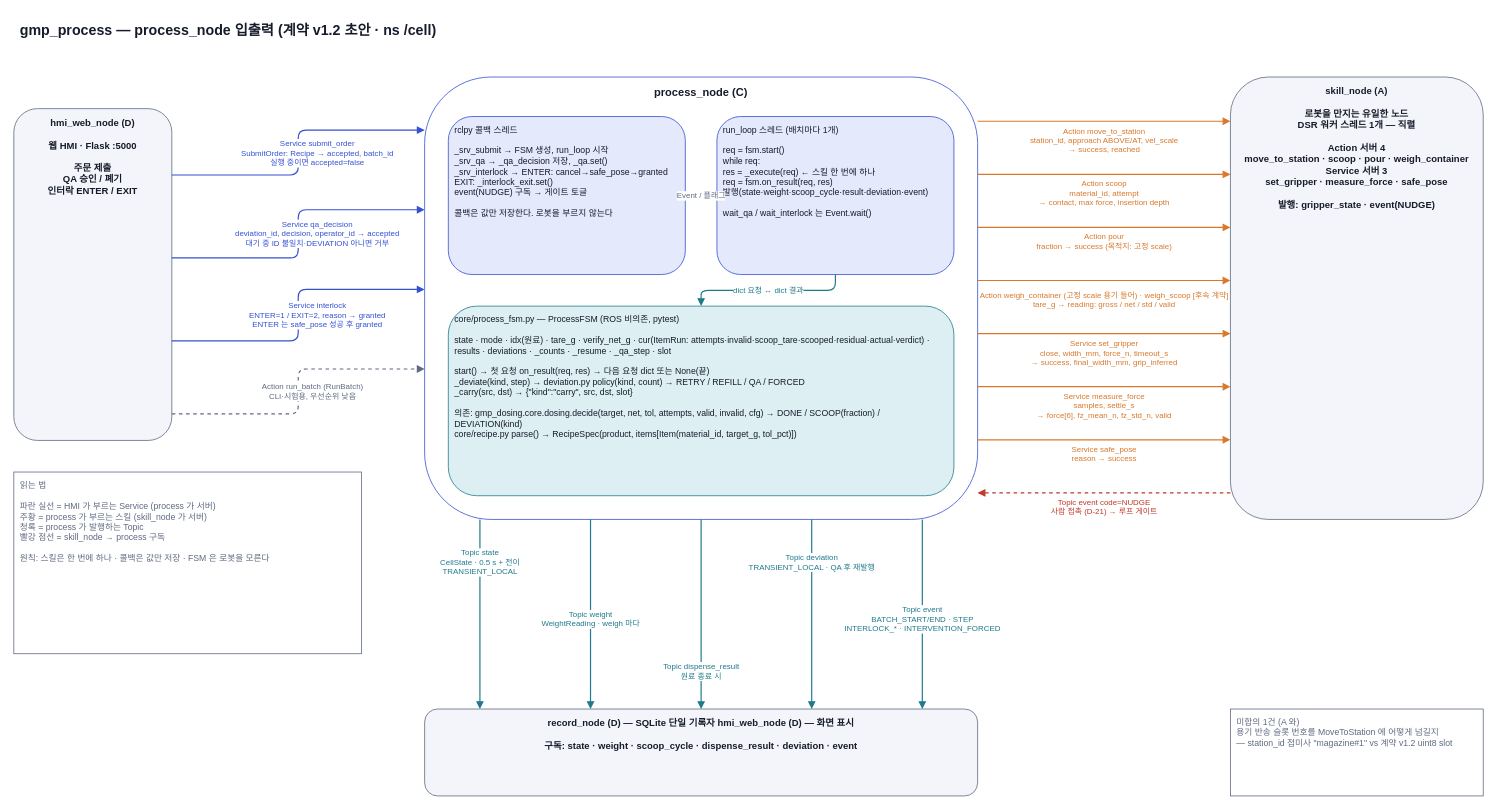
Before: page "1 노드 입출력" (1 of 4) of docs/diagrams/process_flow.drawio in Jik-Kim/auto-pharmacist, a draw.io diagram. Source tidied: cells renumbered, new cells numbered last; positions are measured from the earlier drawing's top-left corner, leaving out a move shared by most shapes. Both pictures are drawn from the tidied source at 79%, with x=0, y=0 at pixel (13, 13).
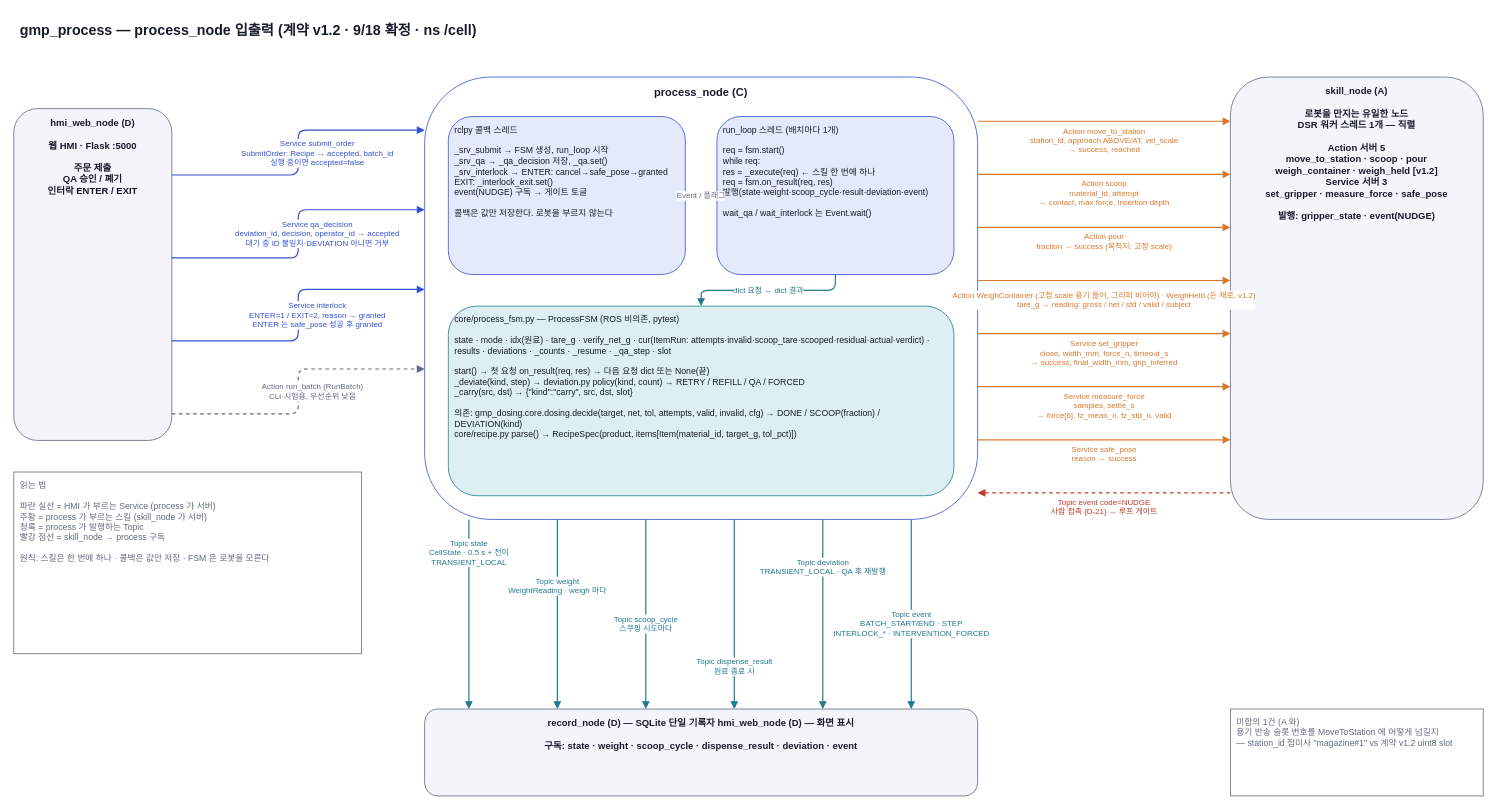
The same diagram, later.

Commit message (it also covers changes not shown here):
docs: 플로우차트에 계약 v1.2 반영 (WeighHeld · VERIFY 이중 판정 · scoop_N)

The change refers to these unchanged cells:
```xml
<mxCell id="4" value="process_node (C)" style="rounded=1;whiteSpace=wrap;html=1;fillColor=#FFFFFF;strokeColor=#3451D1;fontColor=#161B2A;fontSize=14;align=center;verticalAlign=top;spacingTop=4;spacingLeft=6;spacingRight=6;fontStyle=1;" parent="1" vertex="1">
  <mxGeometry x="520" y="80" width="700" height="560" as="geometry" />
</mxCell>
<mxCell id="11" value="record_node (D) — SQLite 단일 기록자        hmi_web_node (D) — 화면 표시&lt;br&gt;&lt;br&gt;구독: state · weight · scoop_cycle · dispense_result · deviation · event" style="rounded=1;whiteSpace=wrap;html=1;fillColor=#F3F5FA;strokeColor=#5F6980;fontColor=#161B2A;fontSize=12;align=center;verticalAlign=top;spacingTop=4;spacingLeft=6;spacingRight=6;fontStyle=1;" parent="1" vertex="1">
  <mxGeometry x="520" y="880" width="700" height="110" as="geometry" />
</mxCell>
```

Change to the diagram source:
```diff
@@
-    <mxCell id="2" value="gmp_process — process_node 입출력 (계약 v1.2 초안 · ns /cell)" style="rounded=1;whiteSpace=wrap;html=1;fillColor=#FFFFFF;strokeColor=none;fontColor=#161B2A;fontSize=18;align=left;verticalAlign=top;spacingTop=4;spacingLeft=6;spacingRight=6;fontStyle=1;" parent="1" vertex="1">
+    <mxCell id="2" value="gmp_process — process_node 입출력 (계약 v1.2 · 9/18 확정 · ns /cell)" style="rounded=1;whiteSpace=wrap;html=1;fillColor=#FFFFFF;strokeColor=none;fontColor=#161B2A;fontSize=18;align=left;verticalAlign=top;spacingTop=4;spacingLeft=6;spacingRight=6;fontStyle=1;" parent="1" vertex="1">
       <mxGeometry width="1860" height="40" as="geometry" />
     </mxCell>
@@
-    <mxCell id="10" value="skill_node (A)&lt;br&gt;&lt;br&gt;로봇을 만지는 유일한 노드&lt;br&gt;DSR 워커 스레드 1개 — 직렬&lt;br&gt;&lt;br&gt;Action 서버 4&lt;br&gt;  move_to_station · scoop · pour · weigh_container&lt;br&gt;Service 서버 3&lt;br&gt;  set_gripper · measure_force · safe_pose&lt;br&gt;&lt;br&gt;발행: gripper_state · event(NUDGE)" style="rounded=1;whiteSpace=wrap;html=1;fillColor=#F3F5FA;strokeColor=#5F6980;fontColor=#161B2A;fontSize=12;align=center;verticalAlign=top;spacingTop=4;spacingLeft=6;spacingRight=6;fontStyle=1;" parent="1" vertex="1">
+    <mxCell id="10" value="skill_node (A)&lt;br&gt;&lt;br&gt;로봇을 만지는 유일한 노드&lt;br&gt;DSR 워커 스레드 1개 — 직렬&lt;br&gt;&lt;br&gt;Action 서버 5&lt;br&gt;  move_to_station · scoop · pour&lt;br&gt;  weigh_container · weigh_held [v1.2]&lt;br&gt;Service 서버 3&lt;br&gt;  set_gripper · measure_force · safe_pose&lt;br&gt;&lt;br&gt;발행: gripper_state · event(NUDGE)" style="rounded=1;whiteSpace=wrap;html=1;fillColor=#F3F5FA;strokeColor=#5F6980;fontColor=#161B2A;fontSize=12;align=center;verticalAlign=top;spacingTop=4;spacingLeft=6;spacingRight=6;fontStyle=1;" parent="1" vertex="1">
       <mxGeometry x="1540" y="80" width="320" height="560" as="geometry" />
     </mxCell>
@@
-    <mxCell id="19" value="Action weigh_container (고정 scale 용기 들어) · weigh_scoop [후속 계약]&lt;br&gt;tare_g → reading: gross / net / std / valid" style="edgeStyle=orthogonalEdgeStyle;rounded=1;html=1;endArrow=block;endFill=1;strokeColor=#D9782A;strokeWidth=1.5;fontColor=#D9782A;fontSize=10;labelBackgroundColor=#FFFFFF;exitX=1;exitY=0.46;exitDx=0;exitDy=0;entryX=0;entryY=0.46;entryDx=0;entryDy=0;" parent="1" edge="1" source="4" target="10">
+    <mxCell id="19" value="Action WeighContainer (고정 scale 용기 들어, 그리퍼 비어야) · WeighHeld (든 채로, v1.2)&lt;br&gt;tare_g → reading: gross / net / std / valid / subject" style="edgeStyle=orthogonalEdgeStyle;rounded=1;html=1;endArrow=block;endFill=1;strokeColor=#D9782A;strokeWidth=1.5;fontColor=#D9782A;fontSize=10;labelBackgroundColor=#FFFFFF;exitX=1;exitY=0.46;exitDx=0;exitDy=0;entryX=0;entryY=0.46;entryDx=0;entryDy=0;" parent="1" edge="1" source="4" target="10">
       <mxGeometry y="-24" relative="1" as="geometry" />
     </mxCell>
@@
-    <mxCell id="24" value="Topic state&lt;br&gt;CellState · 0.5 s + 전이&lt;br&gt;TRANSIENT_LOCAL" style="edgeStyle=orthogonalEdgeStyle;rounded=1;html=1;endArrow=block;endFill=1;strokeColor=#1F7A8C;strokeWidth=1.5;fontColor=#1F7A8C;fontSize=10;labelBackgroundColor=#FFFFFF;exitX=0.1;exitY=1;exitDx=0;exitDy=0;entryX=0.1;entryY=0;entryDx=0;entryDy=0;" parent="1" edge="1" source="4" target="11">
-      <mxGeometry x="-0.55" relative="1" as="geometry" />
+    <mxCell id="24" value="Topic state&lt;br&gt;CellState · 0.5 s + 전이&lt;br&gt;TRANSIENT_LOCAL" style="edgeStyle=orthogonalEdgeStyle;rounded=1;html=1;endArrow=block;endFill=1;strokeColor=#1F7A8C;strokeWidth=1.5;fontColor=#1F7A8C;fontSize=10;labelBackgroundColor=#FFFFFF;exitX=0.08;exitY=1;exitDx=0;exitDy=0;entryX=0.08;entryY=0;entryDx=0;entryDy=0;" parent="1" edge="1" source="4" target="11">
+      <mxGeometry x="-0.65" relative="1" as="geometry" />
     </mxCell>
-    <mxCell id="25" value="Topic weight&lt;br&gt;WeightReading · weigh 마다" style="edgeStyle=orthogonalEdgeStyle;rounded=1;html=1;endArrow=block;endFill=1;strokeColor=#1F7A8C;strokeWidth=1.5;fontColor=#1F7A8C;fontSize=10;labelBackgroundColor=#FFFFFF;exitX=0.3;exitY=1;exitDx=0;exitDy=0;entryX=0.3;entryY=0;entryDx=0;entryDy=0;" parent="1" edge="1" source="4" target="11">
-      <mxGeometry x="0.05" relative="1" as="geometry" />
+    <mxCell id="25" value="Topic weight&lt;br&gt;WeightReading · weigh 마다" style="edgeStyle=orthogonalEdgeStyle;rounded=1;html=1;endArrow=block;endFill=1;strokeColor=#1F7A8C;strokeWidth=1.5;fontColor=#1F7A8C;fontSize=10;labelBackgroundColor=#FFFFFF;exitX=0.24;exitY=1;exitDx=0;exitDy=0;entryX=0.24;entryY=0;entryDx=0;entryDy=0;" parent="1" edge="1" source="4" target="11">
+      <mxGeometry x="-0.3" relative="1" as="geometry" />
     </mxCell>
-    <mxCell id="26" value="Topic dispense_result&lt;br&gt;원료 종료 시" style="edgeStyle=orthogonalEdgeStyle;rounded=1;html=1;endArrow=block;endFill=1;strokeColor=#1F7A8C;strokeWidth=1.5;fontColor=#1F7A8C;fontSize=10;labelBackgroundColor=#FFFFFF;exitX=0.5;exitY=1;exitDx=0;exitDy=0;entryX=0.5;entryY=0;entryDx=0;entryDy=0;" parent="1" edge="1" source="4" target="11">
-      <mxGeometry x="0.6" relative="1" as="geometry" />
+    <mxCell id="26" value="Topic scoop_cycle&lt;br&gt;스쿠핑 시도마다" style="edgeStyle=orthogonalEdgeStyle;rounded=1;html=1;endArrow=block;endFill=1;strokeColor=#1F7A8C;strokeWidth=1.5;fontColor=#1F7A8C;fontSize=10;labelBackgroundColor=#FFFFFF;exitX=0.4;exitY=1;exitDx=0;exitDy=0;entryX=0.4;entryY=0;entryDx=0;entryDy=0;" parent="1" edge="1" source="4" target="11">
+      <mxGeometry x="0.1" relative="1" as="geometry" />
     </mxCell>
-    <mxCell id="27" value="Topic deviation&lt;br&gt;TRANSIENT_LOCAL · QA 후 재발행" style="edgeStyle=orthogonalEdgeStyle;rounded=1;html=1;endArrow=block;endFill=1;strokeColor=#1F7A8C;strokeWidth=1.5;fontColor=#1F7A8C;fontSize=10;labelBackgroundColor=#FFFFFF;exitX=0.7;exitY=1;exitDx=0;exitDy=0;entryX=0.7;entryY=0;entryDx=0;entryDy=0;" parent="1" edge="1" source="4" target="11">
-      <mxGeometry x="-0.55" relative="1" as="geometry" />
+    <mxCell id="27" value="Topic dispense_result&lt;br&gt;원료 종료 시" style="edgeStyle=orthogonalEdgeStyle;rounded=1;html=1;endArrow=block;endFill=1;strokeColor=#1F7A8C;strokeWidth=1.5;fontColor=#1F7A8C;fontSize=10;labelBackgroundColor=#FFFFFF;exitX=0.56;exitY=1;exitDx=0;exitDy=0;entryX=0.56;entryY=0;entryDx=0;entryDy=0;" parent="1" edge="1" source="4" target="11">
+      <mxGeometry x="0.55" relative="1" as="geometry" />
     </mxCell>
-    <mxCell id="28" value="Topic event&lt;br&gt;BATCH_START/END · STEP&lt;br&gt;INTERLOCK_* · INTERVENTION_FORCED" style="edgeStyle=orthogonalEdgeStyle;rounded=1;html=1;endArrow=block;endFill=1;strokeColor=#1F7A8C;strokeWidth=1.5;fontColor=#1F7A8C;fontSize=10;labelBackgroundColor=#FFFFFF;exitX=0.9;exitY=1;exitDx=0;exitDy=0;entryX=0.9;entryY=0;entryDx=0;entryDy=0;" parent="1" edge="1" source="4" target="11">
-      <mxGeometry x="0.05" relative="1" as="geometry" />
+    <mxCell id="28" value="Topic deviation&lt;br&gt;TRANSIENT_LOCAL · QA 후 재발행" style="edgeStyle=orthogonalEdgeStyle;rounded=1;html=1;endArrow=block;endFill=1;strokeColor=#1F7A8C;strokeWidth=1.5;fontColor=#1F7A8C;fontSize=10;labelBackgroundColor=#FFFFFF;exitX=0.72;exitY=1;exitDx=0;exitDy=0;entryX=0.72;entryY=0;entryDx=0;entryDy=0;" parent="1" edge="1" source="4" target="11">
+      <mxGeometry x="-0.5" relative="1" as="geometry" />
     </mxCell>
-    <mxCell id="29" value="읽는 법&lt;br&gt;&lt;br&gt;파란 실선 = HMI 가 부르는 Service (process 가 서버)&lt;br&gt;주황 = process 가 부르는 스킬 (skill_node 가 서버)&lt;br&gt;청록 = process 가 발행하는 Topic&lt;br&gt;빨강 점선 = skill_node → process 구독&lt;br&gt;&lt;br&gt;원칙: 스킬은 한 번에 하나 · 콜백은 값만 저장 · FSM 은 로봇을 모른다" style="rounded=0;whiteSpace=wrap;html=1;fillColor=#FFFFFF;strokeColor=#5F6980;fontColor=#5F6980;fontSize=11;align=left;verticalAlign=top;spacingTop=4;spacingLeft=6;spacingRight=6;" parent="1" vertex="1">
-      <mxGeometry y="580" width="440" height="230" as="geometry" />
+    <mxCell id="29" value="Topic event&lt;br&gt;BATCH_START/END · STEP&lt;br&gt;INTERLOCK_* · INTERVENTION_FORCED" style="edgeStyle=orthogonalEdgeStyle;rounded=1;html=1;endArrow=block;endFill=1;strokeColor=#1F7A8C;strokeWidth=1.5;fontColor=#1F7A8C;fontSize=10;labelBackgroundColor=#FFFFFF;exitX=0.88;exitY=1;exitDx=0;exitDy=0;entryX=0.88;entryY=0;entryDx=0;entryDy=0;" parent="1" edge="1" source="4" target="11">
+      <mxGeometry x="0.1" relative="1" as="geometry" />
     </mxCell>
-    <mxCell id="30" value="미합의 1건 (A 와)&lt;br&gt;용기 반송 슬롯 번호를 MoveToStation 에 어떻게 넘길지&lt;br&gt;— station_id 접미사 &quot;magazine#1&quot;  vs  계약 v1.2 uint8 slot" style="rounded=0;whiteSpace=wrap;html=1;fillColor=#FFFFFF;strokeColor=#5F6980;fontColor=#5F6980;fontSize=11;align=left;verticalAlign=top;spacingTop=4;spacingLeft=6;spacingRight=6;" parent="1" vertex="1">
-      <mxGeometry x="1540" y="880" width="320" height="110" as="geometry" />
+    <mxCell id="30" value="읽는 법&lt;br&gt;&lt;br&gt;파란 실선 = HMI 가 부르는 Service (process 가 서버)&lt;br&gt;주황 = process 가 부르는 스킬 (skill_node 가 서버)&lt;br&gt;청록 = process 가 발행하는 Topic&lt;br&gt;빨강 점선 = skill_node → process 구독&lt;br&gt;&lt;br&gt;원칙: 스킬은 한 번에 하나 · 콜백은 값만 저장 · FSM 은 로봇을 모른다" style="rounded=0;whiteSpace=wrap;html=1;fillColor=#FFFFFF;strokeColor=#5F6980;fontColor=#5F6980;fontSize=11;align=left;verticalAlign=top;spacingTop=4;spacingLeft=6;spacingRight=6;" parent="1" vertex="1">
+      <mxGeometry y="580" width="440" height="230" as="geometry" />
     </mxCell>
+    <mxCell id="31" value="미합의 1건 (A 와)&lt;br&gt;용기 반송 슬롯 번호를 MoveToStation 에 어떻게 넘길지&lt;br&gt;— station_id 접미사 &quot;magazine#1&quot;  vs  계약 v1.2 uint8 slot" style="rounded=0;whiteSpace=wrap;html=1;fillColor=#FFFFFF;strokeColor=#5F6980;fontColor=#5F6980;fontSize=11;align=left;verticalAlign=top;spacingTop=4;spacingLeft=6;spacingRight=6;" parent="1" vertex="1">
+      <mxGeometry x="1540" y="880" width="320" height="110" as="geometry" />
+    </mxCell>
```
